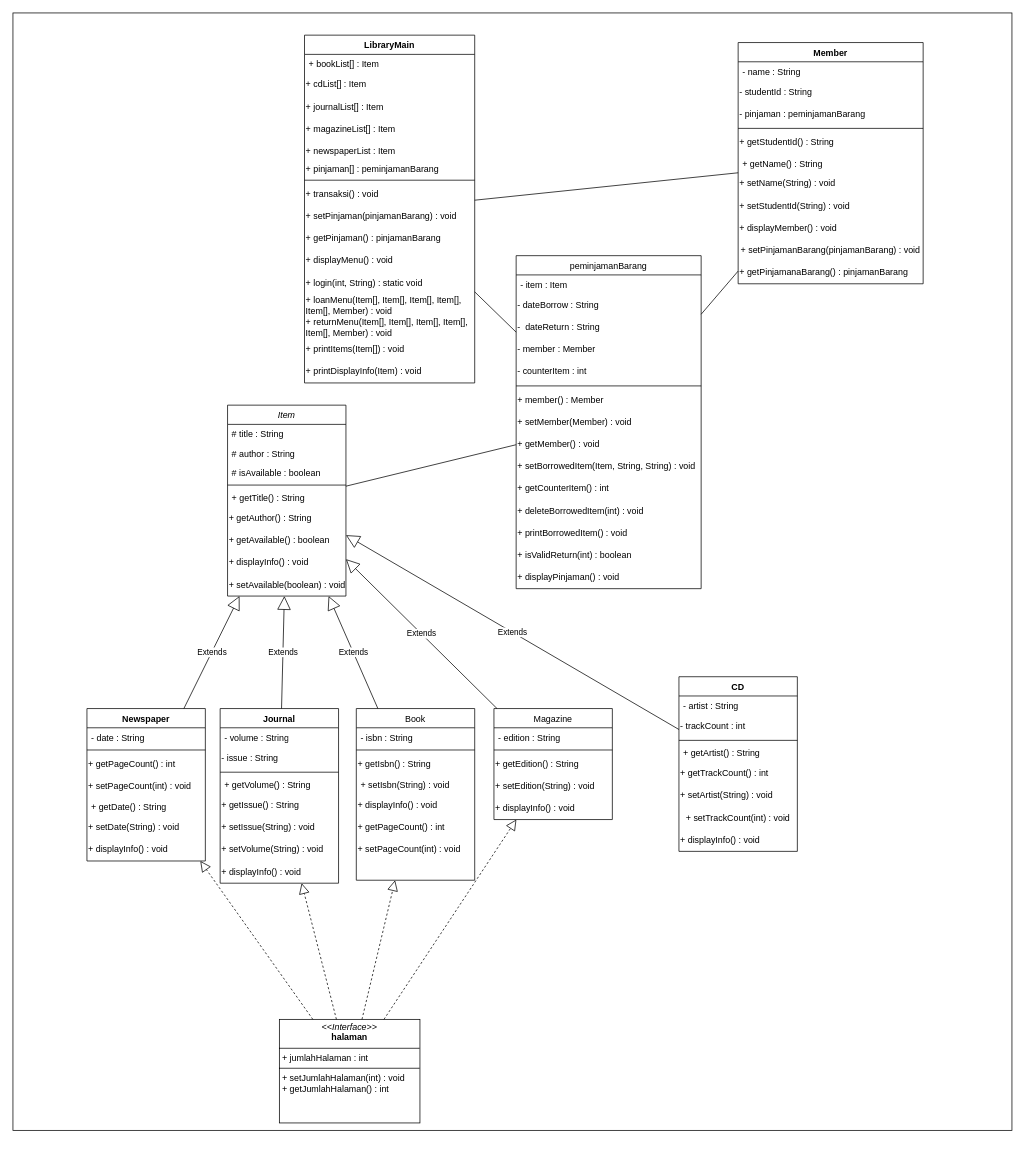
Above: UML_PERPUSTAKAAN_2.drawio in gerardomayella/Proyek_Perpustakaan (draw.io), before the change. Source tidied: cells renumbered, new cells numbered last; positions are measured from the earlier drawing's top-left corner, leaving out a move shared by most shapes. Both pictures are drawn from the tidied source at 74%, with x=0, y=0 at pixel (13, 13).
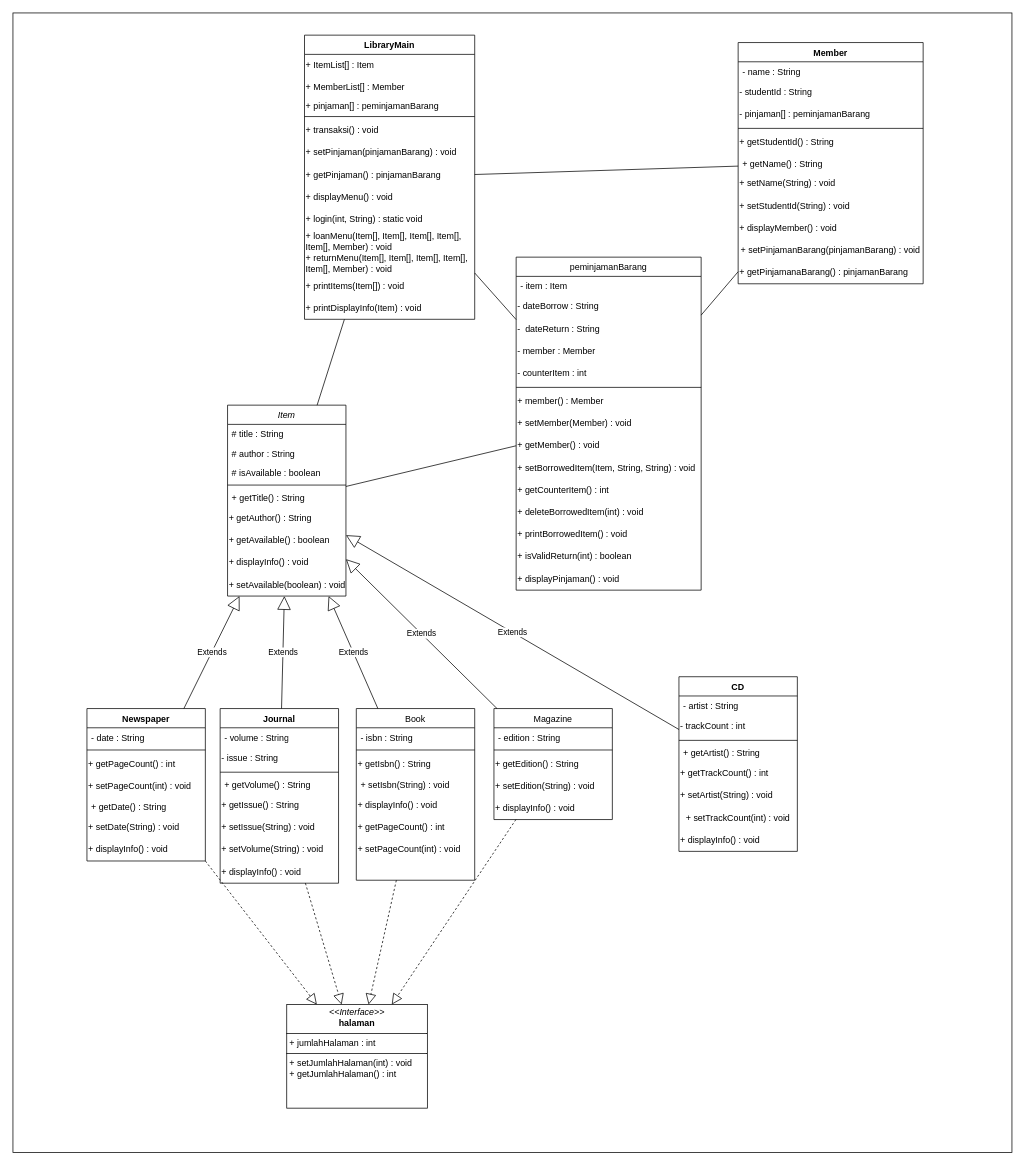
The same page after the edit.

The change refers to these unchanged cells:
```xml
<mxCell id="3" value="Item" style="swimlane;fontStyle=2;align=center;verticalAlign=top;horizontal=1;startSize=26;rounded=0;shadow=0;strokeWidth=1;" parent="1" vertex="1">
  <mxGeometry x="290" y="530" width="160" height="258" as="geometry" />
</mxCell>
<mxCell id="13" value="Book" style="swimlane;fontStyle=0;align=center;verticalAlign=top;horizontal=1;startSize=26;rounded=0;shadow=0;strokeWidth=1;" parent="1" vertex="1">
  <mxGeometry x="464" y="940" width="160" height="232" as="geometry" />
</mxCell>
<mxCell id="21" value="Magazine" style="swimlane;fontStyle=0;align=center;verticalAlign=top;horizontal=1;startSize=26;rounded=0;shadow=0;strokeWidth=1;" parent="1" vertex="1">
  <mxGeometry x="650" y="940" width="160" height="150" as="geometry" />
</mxCell>
<mxCell id="27" value="Member" style="swimlane;fontStyle=1;align=center;verticalAlign=top;horizontal=1;startSize=26;whiteSpace=wrap;html=1;" parent="1" vertex="1">
  <mxGeometry x="980" y="40" width="250" height="326" as="geometry" />
</mxCell>
<mxCell id="56" value="Newspaper" style="swimlane;fontStyle=1;align=center;verticalAlign=top;horizontal=1;startSize=26;whiteSpace=wrap;html=1;" parent="1" vertex="1">
  <mxGeometry x="100" y="940" width="160" height="206" as="geometry" />
</mxCell>
<mxCell id="64" value="Journal" style="swimlane;fontStyle=1;align=center;verticalAlign=top;horizontal=1;startSize=26;whiteSpace=wrap;html=1;" parent="1" vertex="1">
  <mxGeometry x="280" y="940" width="160" height="236" as="geometry" />
</mxCell>
```

Change to the diagram source:
```diff
@@
     <mxCell id="2" style="rounded=0;whiteSpace=wrap;html=1;" parent="1" vertex="1">
-      <mxGeometry width="1350" height="1510" as="geometry" />
+      <mxGeometry width="1350" height="1540" as="geometry" />
     </mxCell>
@@
-    <mxCell id="30" value="- pinjaman : peminjamanBarang" style="text;html=1;align=left;verticalAlign=middle;whiteSpace=wrap;rounded=0;" parent="27" vertex="1">
+    <mxCell id="30" value="- pinjaman[] : peminjamanBarang" style="text;html=1;align=left;verticalAlign=middle;whiteSpace=wrap;rounded=0;" parent="27" vertex="1">
       <mxGeometry y="82" width="250" height="30" as="geometry" />
     </mxCell>
@@
     <mxCell id="39" value="LibraryMain" style="swimlane;fontStyle=1;align=center;verticalAlign=top;horizontal=1;startSize=26;whiteSpace=wrap;html=1;" parent="1" vertex="1">
-      <mxGeometry x="394" y="30" width="230" height="470" as="geometry" />
+      <mxGeometry x="394" y="30" width="230" height="384" as="geometry" />
     </mxCell>
-    <mxCell id="40" value="+ bookList[] : Item" style="text;strokeColor=none;fillColor=none;align=left;verticalAlign=top;spacingLeft=4;spacingRight=4;overflow=hidden;whiteSpace=wrap;html=1;" parent="39" vertex="1">
-      <mxGeometry y="26" width="230" height="26" as="geometry" />
-    </mxCell>
-    <mxCell id="41" value="+ cdList[] : Item" style="text;html=1;align=left;verticalAlign=middle;whiteSpace=wrap;rounded=0;" parent="39" vertex="1">
-      <mxGeometry y="52" width="230" height="30" as="geometry" />
-    </mxCell>
-    <mxCell id="42" value="+ journalList[] : Item" style="text;html=1;align=left;verticalAlign=middle;whiteSpace=wrap;rounded=0;" parent="39" vertex="1">
-      <mxGeometry y="82" width="230" height="30" as="geometry" />
-    </mxCell>
-    <mxCell id="43" value="+ magazineList[] : Item" style="text;html=1;align=left;verticalAlign=middle;whiteSpace=wrap;rounded=0;" parent="39" vertex="1">
-      <mxGeometry y="112" width="230" height="30" as="geometry" />
+    <mxCell id="43" value="+ ItemList[] : Item" style="text;html=1;align=left;verticalAlign=middle;whiteSpace=wrap;rounded=0;" parent="39" vertex="1">
+      <mxGeometry y="26" width="230" height="30" as="geometry" />
     </mxCell>
-    <mxCell id="44" value="+ newspaperList : Item" style="text;html=1;align=left;verticalAlign=middle;whiteSpace=wrap;rounded=0;" parent="39" vertex="1">
-      <mxGeometry y="142" width="230" height="30" as="geometry" />
-    </mxCell>
+    <mxCell id="112" value="+ MemberList[] : Member" style="text;html=1;align=left;verticalAlign=middle;whiteSpace=wrap;rounded=0;" parent="39" vertex="1">
+      <mxGeometry y="56" width="230" height="30" as="geometry" />
+    </mxCell>
     <mxCell id="45" value="+ pinjaman[] : peminjamanBarang" style="text;html=1;align=left;verticalAlign=middle;whiteSpace=wrap;rounded=0;" parent="39" vertex="1">
-      <mxGeometry y="172" width="230" height="20" as="geometry" />
+      <mxGeometry y="86" width="230" height="20" as="geometry" />
     </mxCell>
     <mxCell id="46" style="line;strokeWidth=1;fillColor=none;align=left;verticalAlign=middle;spacingTop=-1;spacingLeft=3;spacingRight=3;labelPosition=right;strokeColor=inherit;" parent="39" vertex="1">
-      <mxGeometry y="192" width="230" height="8" as="geometry" />
+      <mxGeometry y="106" width="230" height="8" as="geometry" />
     </mxCell>
     <mxCell id="47" value="+ transaksi() : void" style="text;html=1;align=left;verticalAlign=middle;whiteSpace=wrap;rounded=0;" parent="39" vertex="1">
-      <mxGeometry y="200" width="230" height="30" as="geometry" />
+      <mxGeometry y="114" width="230" height="30" as="geometry" />
     </mxCell>
     <mxCell id="48" value="+ setPinjaman(pinjamanBarang) : void" style="text;html=1;align=left;verticalAlign=middle;whiteSpace=wrap;rounded=0;" parent="39" vertex="1">
-      <mxGeometry y="230" width="230" height="30" as="geometry" />
+      <mxGeometry y="144" width="230" height="30" as="geometry" />
     </mxCell>
     <mxCell id="49" value="+ getPinjaman() : pinjamanBarang" style="text;html=1;align=left;verticalAlign=middle;whiteSpace=wrap;rounded=0;" parent="39" vertex="1">
-      <mxGeometry y="260" width="230" height="30" as="geometry" />
+      <mxGeometry y="174" width="230" height="30" as="geometry" />
     </mxCell>
     <mxCell id="50" value="+ displayMenu() : void" style="text;html=1;align=left;verticalAlign=middle;whiteSpace=wrap;rounded=0;" parent="39" vertex="1">
-      <mxGeometry y="290" width="230" height="30" as="geometry" />
+      <mxGeometry y="204" width="230" height="30" as="geometry" />
     </mxCell>
     <mxCell id="51" value="+ login(int, String) : static void" style="text;html=1;align=left;verticalAlign=middle;whiteSpace=wrap;rounded=0;" parent="39" vertex="1">
-      <mxGeometry y="320" width="230" height="30" as="geometry" />
+      <mxGeometry y="234" width="230" height="30" as="geometry" />
     </mxCell>
     <mxCell id="52" value="+ loanMenu(Item[], Item[], Item[], Item[], Item[], Member) : void" style="text;html=1;align=left;verticalAlign=middle;whiteSpace=wrap;rounded=0;" parent="39" vertex="1">
-      <mxGeometry y="350" width="230" height="30" as="geometry" />
+      <mxGeometry y="264" width="230" height="30" as="geometry" />
     </mxCell>
     <mxCell id="53" value="+ returnMenu(&lt;span style=&quot;&quot;&gt;Item[], Item[], Item[], Item[], Item[], Member) : void&lt;/span&gt;" style="text;html=1;align=left;verticalAlign=middle;whiteSpace=wrap;rounded=0;" parent="39" vertex="1">
-      <mxGeometry y="380" width="230" height="30" as="geometry" />
+      <mxGeometry y="294" width="230" height="30" as="geometry" />
     </mxCell>
     <mxCell id="54" value="+ printItems(Item[]) : void" style="text;html=1;align=left;verticalAlign=middle;whiteSpace=wrap;rounded=0;" parent="39" vertex="1">
-      <mxGeometry y="410" width="230" height="30" as="geometry" />
+      <mxGeometry y="324" width="230" height="30" as="geometry" />
     </mxCell>
     <mxCell id="55" value="+ printDisplayInfo(Item) : void" style="text;html=1;align=left;verticalAlign=middle;whiteSpace=wrap;rounded=0;" parent="39" vertex="1">
-      <mxGeometry y="440" width="230" height="30" as="geometry" />
+      <mxGeometry y="354" width="230" height="30" as="geometry" />
     </mxCell>
@@
     <mxCell id="82" value="peminjamanBarang" style="swimlane;fontStyle=0;align=center;verticalAlign=top;horizontal=1;startSize=26;rounded=0;shadow=0;strokeWidth=1;" parent="1" vertex="1">
-      <mxGeometry x="680" y="328" width="250" height="450" as="geometry" />
+      <mxGeometry x="680" y="330" width="250" height="450" as="geometry" />
     </mxCell>
@@
     <mxCell id="107" value="&lt;p style=&quot;margin:0px;margin-top:4px;text-align:center;&quot;&gt;&lt;i&gt;&amp;lt;&amp;lt;Interface&amp;gt;&amp;gt;&lt;/i&gt;&lt;br&gt;&lt;b&gt;halaman&lt;/b&gt;&lt;/p&gt;&lt;hr size=&quot;1&quot; style=&quot;border-style:solid;&quot;&gt;&lt;p style=&quot;margin:0px;margin-left:4px;&quot;&gt;+ jumlahHalaman : int&lt;br&gt;&lt;/p&gt;&lt;hr size=&quot;1&quot; style=&quot;border-style:solid;&quot;&gt;&lt;p style=&quot;margin:0px;margin-left:4px;&quot;&gt;+ setJumlahHalaman(int) : void&lt;/p&gt;&lt;p style=&quot;margin:0px;margin-left:4px;&quot;&gt;+ getJumlahHalaman() : int&lt;/p&gt;" style="verticalAlign=top;align=left;overflow=fill;html=1;whiteSpace=wrap;" parent="1" vertex="1">
-      <mxGeometry x="360" y="1360" width="190" height="140" as="geometry" />
+      <mxGeometry x="370" y="1340" width="190" height="140" as="geometry" />
     </mxCell>
-    <mxCell id="108" style="endArrow=block;dashed=1;endFill=0;endSize=12;html=1;rounded=0;" parent="1" edge="1" source="107" target="56">
+    <mxCell id="108" style="endArrow=block;dashed=1;endFill=0;endSize=12;html=1;rounded=0;" parent="1" edge="1" source="56" target="107">
       <mxGeometry relative="1" as="geometry" />
     </mxCell>
-    <mxCell id="109" style="endArrow=block;dashed=1;endFill=0;endSize=12;html=1;rounded=0;" parent="1" edge="1" source="107" target="21">
+    <mxCell id="109" style="endArrow=block;dashed=1;endFill=0;endSize=12;html=1;rounded=0;" parent="1" edge="1" source="21" target="107">
       <mxGeometry relative="1" as="geometry" />
     </mxCell>
-    <mxCell id="110" style="endArrow=block;dashed=1;endFill=0;endSize=12;html=1;rounded=0;" parent="1" edge="1" source="107" target="64">
+    <mxCell id="110" style="endArrow=block;dashed=1;endFill=0;endSize=12;html=1;rounded=0;" parent="1" edge="1" source="64" target="107">
       <mxGeometry relative="1" as="geometry" />
     </mxCell>
-    <mxCell id="111" style="endArrow=block;dashed=1;endFill=0;endSize=12;html=1;rounded=0;" parent="1" edge="1" source="107" target="13">
+    <mxCell id="111" style="endArrow=block;dashed=1;endFill=0;endSize=12;html=1;rounded=0;" parent="1" edge="1" source="13" target="107">
       <mxGeometry relative="1" as="geometry" />
     </mxCell>
+    <mxCell id="113" style="endArrow=none;html=1;rounded=0;" parent="1" edge="1" source="3" target="39">
+      <mxGeometry relative="1" as="geometry" />
+    </mxCell>
```
